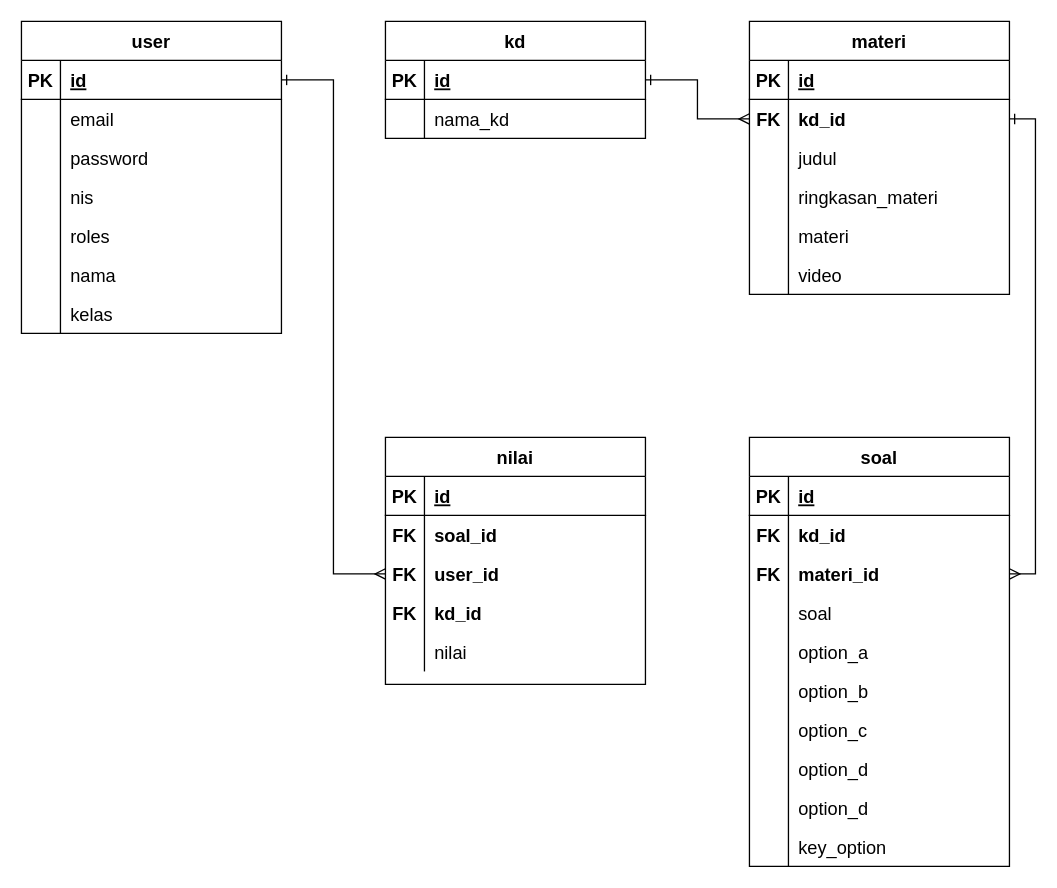
This is Untitled Diagram.drawio from muhaziz28/Muhaziz28, a draw.io file, before an edit. Source tidied: cells renumbered, new cells numbered last; positions are measured from the earlier drawing's top-left corner, leaving out a move shared by most shapes. Both pictures are drawn from the tidied source at 130%, with x=0, y=0 at pixel (21, 21).
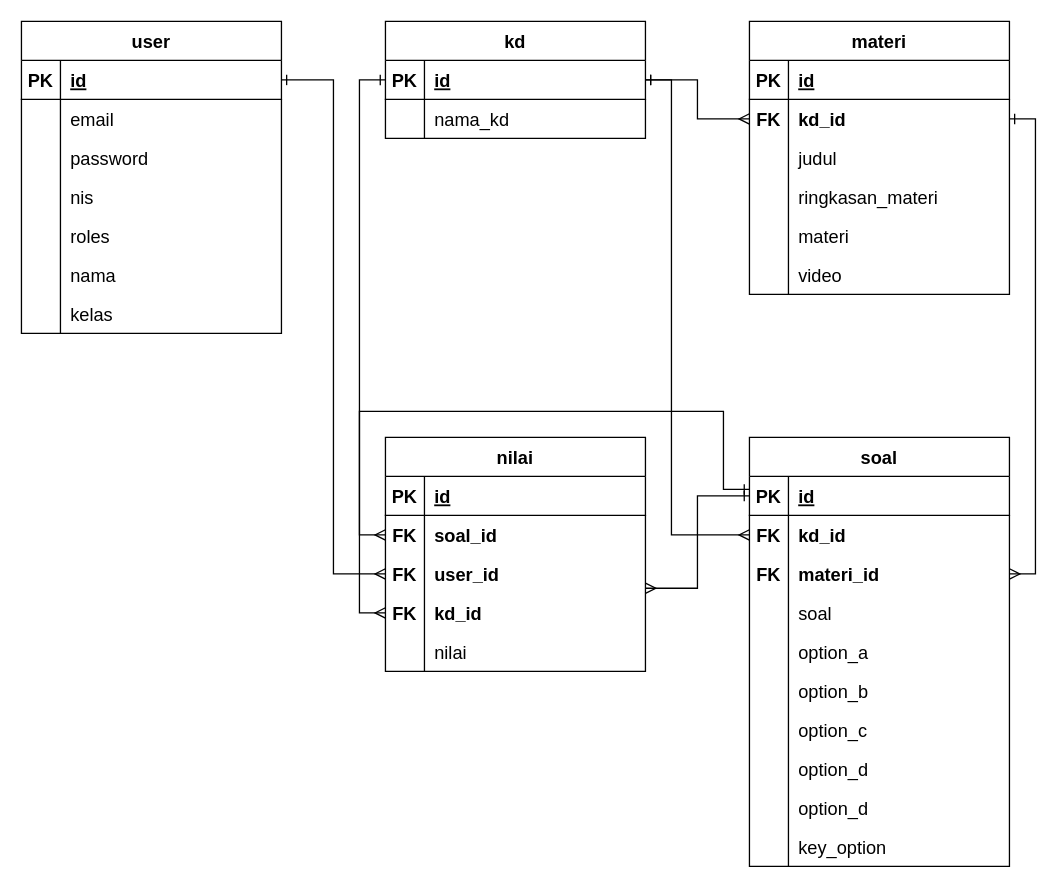
The same diagram, later.

Unchanged cells that the change refers to:
```xml
<mxCell id="27" style="shape=partialRectangle;fillColor=none;top=0;left=0;bottom=1;right=0;points=[[0,0.5],[1,0.5]];portConstraint=eastwest;fontSize=14;" parent="26" vertex="1">
  <mxGeometry y="30" width="200" height="30" as="geometry" />
</mxCell>
<mxCell id="53" style="shape=partialRectangle;fillColor=none;top=0;left=0;bottom=1;right=0;points=[[0,0.5],[1,0.5]];portConstraint=eastwest;fontSize=14;" parent="52" vertex="1">
  <mxGeometry y="30" width="200" height="30" as="geometry" />
</mxCell>
<mxCell id="56" style="shape=partialRectangle;fillColor=none;top=0;left=0;bottom=0;right=0;points=[[0,0.5],[1,0.5]];portConstraint=eastwest;fontSize=14;" parent="52" vertex="1">
  <mxGeometry y="60" width="200" height="30" as="geometry" />
</mxCell>
<mxCell id="87" style="shape=partialRectangle;fillColor=none;top=0;left=0;bottom=0;right=0;points=[[0,0.5],[1,0.5]];portConstraint=eastwest;fontSize=14;" parent="83" vertex="1">
  <mxGeometry y="60" width="200" height="30" as="geometry" />
</mxCell>
<mxCell id="93" style="shape=partialRectangle;fillColor=none;top=0;left=0;bottom=0;right=0;points=[[0,0.5],[1,0.5]];portConstraint=eastwest;fontSize=14;" parent="83" vertex="1">
  <mxGeometry y="120" width="200" height="30" as="geometry" />
</mxCell>
```

The edit, as a diff of the source:
```diff
@@
     <mxCell id="83" value="nilai" style="shape=table;startSize=30;childLayout=tableLayout;rowLines=0;fontStyle=1;align=center;fontSize=14;" parent="1" vertex="1">
-      <mxGeometry x="280" y="320" width="200" height="190" as="geometry" />
+      <mxGeometry x="280" y="320" width="200" height="180" as="geometry" />
     </mxCell>
@@
+    <mxCell id="100" style="edgeStyle=orthogonalEdgeStyle;rounded=0;jettySize=auto;html=1;fontSize=14;startArrow=ERone;startFill=0;endArrow=ERmany;endFill=0;exitX=0;exitY=0.5;exitDx=0;exitDy=0;" parent="1" edge="1" source="53">
+      <mxGeometry relative="1" as="geometry">
+        <mxPoint x="480" y="436" as="targetPoint" />
+        <Array as="points">
+          <mxPoint x="520" y="365" />
+          <mxPoint x="520" y="436" />
+        </Array>
+      </mxGeometry>
+    </mxCell>
+    <mxCell id="101" style="edgeStyle=orthogonalEdgeStyle;rounded=0;jettySize=auto;html=1;fontSize=14;startArrow=ERone;startFill=0;endArrow=ERmany;endFill=0;exitX=1;exitY=0.5;exitDx=0;exitDy=0;entryX=0;entryY=0.5;entryDx=0;entryDy=0;" parent="1" edge="1" source="27" target="56">
+      <mxGeometry relative="1" as="geometry">
+        <Array as="points">
+          <mxPoint x="500" y="45" />
+          <mxPoint x="500" y="395" />
+        </Array>
+      </mxGeometry>
+    </mxCell>
+    <mxCell id="102" style="edgeStyle=orthogonalEdgeStyle;rounded=0;jettySize=auto;html=1;fontSize=14;startArrow=ERone;startFill=0;endArrow=ERmany;endFill=0;entryX=0;entryY=0.5;entryDx=0;entryDy=0;" parent="1" edge="1" target="87">
+      <mxGeometry relative="1" as="geometry">
+        <mxPoint x="560" y="360" as="sourcePoint" />
+        <Array as="points">
+          <mxPoint x="540" y="360" />
+          <mxPoint x="540" y="300" />
+          <mxPoint x="260" y="300" />
+          <mxPoint x="260" y="395" />
+        </Array>
+      </mxGeometry>
+    </mxCell>
+    <mxCell id="103" style="edgeStyle=orthogonalEdgeStyle;rounded=0;jettySize=auto;html=1;fontSize=14;startArrow=ERone;startFill=0;endArrow=ERmany;endFill=0;entryX=0;entryY=0.5;entryDx=0;entryDy=0;exitX=0;exitY=0.5;exitDx=0;exitDy=0;" parent="1" edge="1" source="27" target="93">
+      <mxGeometry relative="1" as="geometry" />
+    </mxCell>
```
